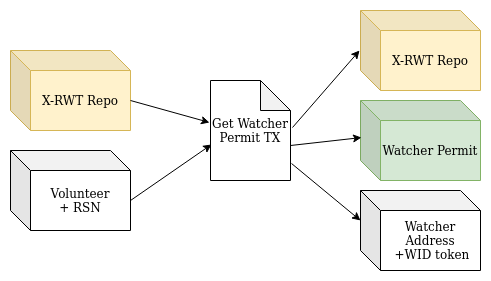
This is images/Get_Permit.png from rosen-bridge/contract, a draw.io export, as it was before one commit. Source tidied: cells renumbered, new cells last; positions are measured from the earlier drawing's top-left corner, leaving out a move shared by most shapes. The source it was exported from:
```xml
<mxGraphModel>
  <root>
    <mxCell id="0" />
    <mxCell id="1" parent="0" />
    <mxCell id="2" value="&lt;div&gt;X-RWT Repo&lt;/div&gt;" style="shape=cube;whiteSpace=wrap;html=1;boundedLbl=1;backgroundOutline=1;darkOpacity=0.05;darkOpacity2=0.1;fillColor=#fff2cc;strokeColor=#d6b656;" parent="1" vertex="1">
      <mxGeometry y="40" width="120" height="80" as="geometry" />
    </mxCell>
    <mxCell id="3" value="&lt;div&gt;X-RWT Repo&lt;/div&gt;" style="shape=cube;whiteSpace=wrap;html=1;boundedLbl=1;backgroundOutline=1;darkOpacity=0.05;darkOpacity2=0.1;fillColor=#fff2cc;strokeColor=#d6b656;" parent="1" vertex="1">
      <mxGeometry x="350" width="120" height="80" as="geometry" />
    </mxCell>
    <mxCell id="4" value="Get Watcher Permit TX" style="shape=note;whiteSpace=wrap;html=1;backgroundOutline=1;darkOpacity=0.05;" parent="1" vertex="1">
      <mxGeometry x="200" y="70" width="80" height="100" as="geometry" />
    </mxCell>
    <mxCell id="5" value="&lt;div&gt;Volunteer&lt;br&gt;&lt;/div&gt;&lt;div&gt;+ RSN&lt;br&gt;&lt;/div&gt;" style="shape=cube;whiteSpace=wrap;html=1;boundedLbl=1;backgroundOutline=1;darkOpacity=0.05;darkOpacity2=0.1;" parent="1" vertex="1">
      <mxGeometry y="140" width="120" height="80" as="geometry" />
    </mxCell>
    <mxCell id="6" style="endArrow=classic;html=1;rounded=0;exitX=0;exitY=0;exitDx=120;exitDy=50;exitPerimeter=0;entryX=-0.012;entryY=0.42;entryDx=0;entryDy=0;entryPerimeter=0;" parent="1" edge="1" source="2" target="4">
      <mxGeometry relative="1" as="geometry" />
    </mxCell>
    <mxCell id="7" style="endArrow=classic;html=1;rounded=0;exitX=0;exitY=0;exitDx=120;exitDy=50;exitPerimeter=0;entryX=0.013;entryY=0.64;entryDx=0;entryDy=0;entryPerimeter=0;" parent="1" edge="1" source="5" target="4">
      <mxGeometry relative="1" as="geometry" />
    </mxCell>
    <mxCell id="8" style="endArrow=classic;html=1;rounded=0;exitX=1.025;exitY=0.47;exitDx=0;exitDy=0;exitPerimeter=0;entryX=-0.008;entryY=0.5;entryDx=0;entryDy=0;entryPerimeter=0;" parent="1" edge="1" source="4" target="3">
      <mxGeometry relative="1" as="geometry" />
    </mxCell>
    <mxCell id="9" value="&lt;div&gt;Watcher Permit&lt;br&gt;&lt;/div&gt;" style="shape=cube;whiteSpace=wrap;html=1;boundedLbl=1;backgroundOutline=1;darkOpacity=0.05;darkOpacity2=0.1;fillColor=#d5e8d4;strokeColor=#82b366;" parent="1" vertex="1">
      <mxGeometry x="350" y="90" width="120" height="80" as="geometry" />
    </mxCell>
    <mxCell id="10" value="&lt;div&gt;Watcher Address&lt;br&gt;&lt;/div&gt;&lt;div&gt;&amp;nbsp;+WID token&lt;br&gt;&lt;/div&gt;" style="shape=cube;whiteSpace=wrap;html=1;boundedLbl=1;backgroundOutline=1;darkOpacity=0.05;darkOpacity2=0.1;" parent="1" vertex="1">
      <mxGeometry x="350" y="180" width="120" height="80" as="geometry" />
    </mxCell>
    <mxCell id="11" style="endArrow=classic;html=1;rounded=0;exitX=0;exitY=0;exitDx=80;exitDy=65;exitPerimeter=0;entryX=0.008;entryY=0.463;entryDx=0;entryDy=0;entryPerimeter=0;" parent="1" edge="1" source="4" target="9">
      <mxGeometry relative="1" as="geometry" />
    </mxCell>
    <mxCell id="12" style="endArrow=classic;html=1;rounded=0;exitX=1.013;exitY=0.83;exitDx=0;exitDy=0;exitPerimeter=0;entryX=0;entryY=0;entryDx=0;entryDy=30;entryPerimeter=0;" parent="1" edge="1" source="4" target="10">
      <mxGeometry relative="1" as="geometry" />
    </mxCell>
  </root>
</mxGraphModel>
```
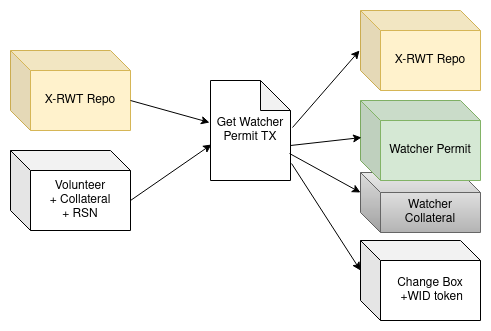
Above is the later version.

Diff of the diagram source:
```diff
@@ -2,6 +2,9 @@
   <root>
     <mxCell id="0" />
     <mxCell id="1" parent="0" />
+    <mxCell id="13" value="Watcher&lt;br&gt;Collateral" style="shape=cube;whiteSpace=wrap;html=1;boundedLbl=1;backgroundOutline=1;darkOpacity=0.05;darkOpacity2=0.1;fillColor=#f5f5f5;strokeColor=#666666;gradientColor=#b3b3b3;" parent="1" vertex="1">
+      <mxGeometry x="350" y="162" width="120" height="60" as="geometry" />
+    </mxCell>
     <mxCell id="2" value="&lt;div&gt;X-RWT Repo&lt;/div&gt;" style="shape=cube;whiteSpace=wrap;html=1;boundedLbl=1;backgroundOutline=1;darkOpacity=0.05;darkOpacity2=0.1;fillColor=#fff2cc;strokeColor=#d6b656;" parent="1" vertex="1">
       <mxGeometry y="40" width="120" height="80" as="geometry" />
     </mxCell>
@@ -11,7 +14,7 @@
     <mxCell id="4" value="Get Watcher Permit TX" style="shape=note;whiteSpace=wrap;html=1;backgroundOutline=1;darkOpacity=0.05;" parent="1" vertex="1">
       <mxGeometry x="200" y="70" width="80" height="100" as="geometry" />
     </mxCell>
-    <mxCell id="5" value="&lt;div&gt;Volunteer&lt;br&gt;&lt;/div&gt;&lt;div&gt;+ RSN&lt;br&gt;&lt;/div&gt;" style="shape=cube;whiteSpace=wrap;html=1;boundedLbl=1;backgroundOutline=1;darkOpacity=0.05;darkOpacity2=0.1;" parent="1" vertex="1">
+    <mxCell id="5" value="&lt;div&gt;Volunteer&lt;br&gt;+ Collateral&lt;br&gt;&lt;/div&gt;&lt;div&gt;+ RSN&lt;br&gt;&lt;/div&gt;" style="shape=cube;whiteSpace=wrap;html=1;boundedLbl=1;backgroundOutline=1;darkOpacity=0.05;darkOpacity2=0.1;" parent="1" vertex="1">
       <mxGeometry y="140" width="120" height="80" as="geometry" />
     </mxCell>
     <mxCell id="6" style="endArrow=classic;html=1;rounded=0;exitX=0;exitY=0;exitDx=120;exitDy=50;exitPerimeter=0;entryX=-0.012;entryY=0.42;entryDx=0;entryDy=0;entryPerimeter=0;" parent="1" edge="1" source="2" target="4">
@@ -26,8 +29,8 @@
     <mxCell id="9" value="&lt;div&gt;Watcher Permit&lt;br&gt;&lt;/div&gt;" style="shape=cube;whiteSpace=wrap;html=1;boundedLbl=1;backgroundOutline=1;darkOpacity=0.05;darkOpacity2=0.1;fillColor=#d5e8d4;strokeColor=#82b366;" parent="1" vertex="1">
       <mxGeometry x="350" y="90" width="120" height="80" as="geometry" />
     </mxCell>
-    <mxCell id="10" value="&lt;div&gt;Watcher Address&lt;br&gt;&lt;/div&gt;&lt;div&gt;&amp;nbsp;+WID token&lt;br&gt;&lt;/div&gt;" style="shape=cube;whiteSpace=wrap;html=1;boundedLbl=1;backgroundOutline=1;darkOpacity=0.05;darkOpacity2=0.1;" parent="1" vertex="1">
-      <mxGeometry x="350" y="180" width="120" height="80" as="geometry" />
+    <mxCell id="10" value="&lt;div&gt;Change Box&lt;br&gt;&lt;/div&gt;&lt;div&gt;&amp;nbsp;+WID token&lt;br&gt;&lt;/div&gt;" style="shape=cube;whiteSpace=wrap;html=1;boundedLbl=1;backgroundOutline=1;darkOpacity=0.05;darkOpacity2=0.1;" parent="1" vertex="1">
+      <mxGeometry x="350" y="230" width="120" height="80" as="geometry" />
     </mxCell>
     <mxCell id="11" style="endArrow=classic;html=1;rounded=0;exitX=0;exitY=0;exitDx=80;exitDy=65;exitPerimeter=0;entryX=0.008;entryY=0.463;entryDx=0;entryDy=0;entryPerimeter=0;" parent="1" edge="1" source="4" target="9">
       <mxGeometry relative="1" as="geometry" />
@@ -35,5 +38,8 @@
     <mxCell id="12" style="endArrow=classic;html=1;rounded=0;exitX=1.013;exitY=0.83;exitDx=0;exitDy=0;exitPerimeter=0;entryX=0;entryY=0;entryDx=0;entryDy=30;entryPerimeter=0;" parent="1" edge="1" source="4" target="10">
       <mxGeometry relative="1" as="geometry" />
     </mxCell>
+    <mxCell id="14" style="endArrow=classic;html=1;rounded=0;exitX=0.988;exitY=0.73;exitDx=0;exitDy=0;exitPerimeter=0;entryX=0;entryY=0;entryDx=0;entryDy=20;entryPerimeter=0;" parent="1" edge="1" source="4" target="13">
+      <mxGeometry relative="1" as="geometry" />
+    </mxCell>
   </root>
 </mxGraphModel>
```
